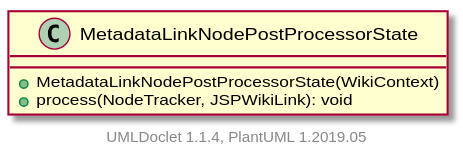
Earlier version of the PlantUML export apidocs/2.11.0.M7-SNAPSHOT/org/apache/wiki/markdown/extensions/jspwikilinks/postprocessor/MetadataLinkNodePostProcessorState.svg (apache/jspwiki-site).
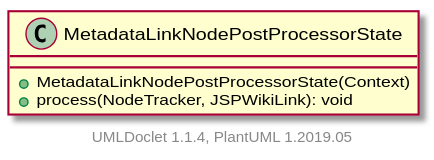
After the commit.

The edit, as a diff of the source:
```diff
@@ -1,7 +1,7 @@
 @startuml
 
     class MetadataLinkNodePostProcessorState [[MetadataLinkNodePostProcessorState.html]] {
-        +MetadataLinkNodePostProcessorState(WikiContext)
+        +MetadataLinkNodePostProcessorState(Context)
         +process(NodeTracker, JSPWikiLink): void
     }
 
```
